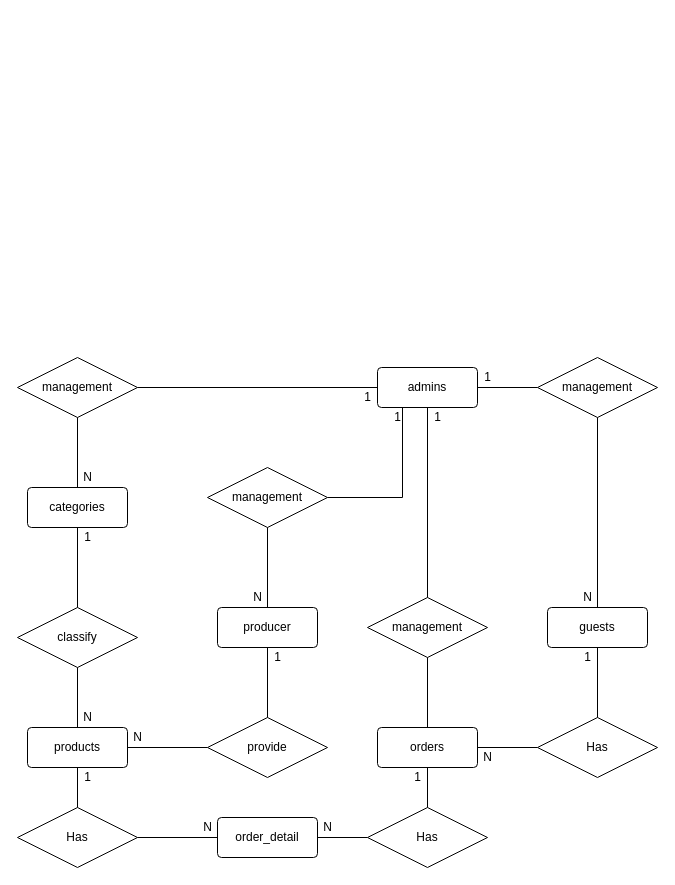
congthuan012/DeTai keeps this draw.io diagram as Entity.drawio. Above is the earlier version. Source tidied: cells renumbered, new cells numbered last; positions are measured from the earlier drawing's top-left corner, leaving out a move shared by most shapes. Both pictures are drawn from the tidied source at 100%, with x=0, y=0 at pixel (17, 357).
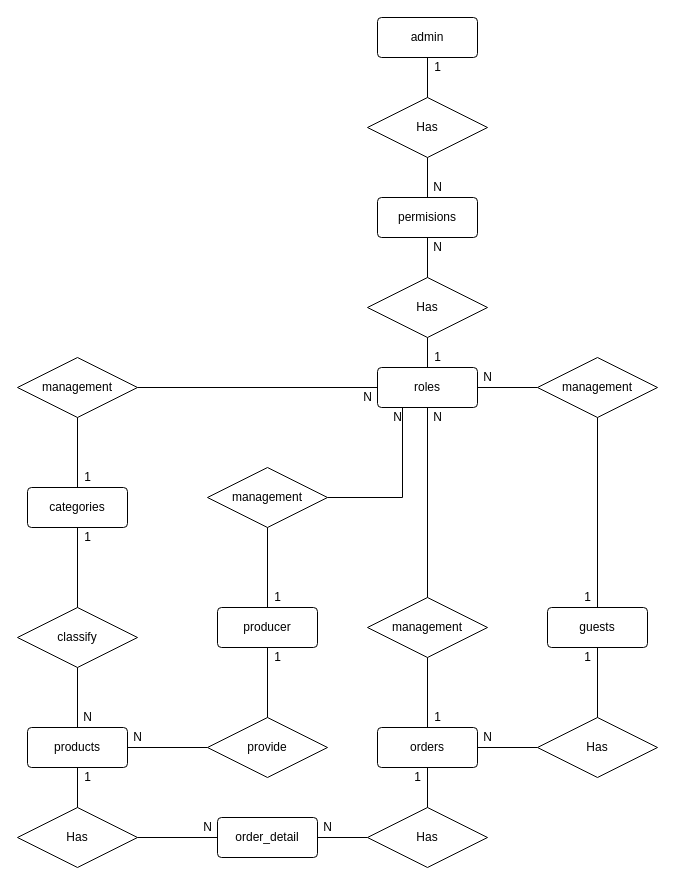
The same diagram, later.

What changed in the source:
```diff
@@
-<mxGraphModel>
+<mxGraphModel background="#ffffff">
@@
-    <mxCell id="5" value="admins" style="rounded=1;arcSize=10;whiteSpace=wrap;html=1;align=center;labelBorderColor=none;" parent="1" vertex="1">
+    <mxCell id="5" value="roles" style="rounded=1;arcSize=10;whiteSpace=wrap;html=1;align=center;labelBorderColor=none;" parent="1" vertex="1">
       <mxGeometry x="360" y="10" width="100" height="40" as="geometry" />
     </mxCell>
@@
     <mxCell id="9" value="N" style="text;html=1;align=center;verticalAlign=middle;strokeColor=none;fillColor=none;" parent="1" vertex="1">
-      <mxGeometry x="460" y="390" width="20" height="20" as="geometry" />
+      <mxGeometry x="460" y="10" width="20" height="20" as="geometry" />
     </mxCell>
     <mxCell id="10" value="1" style="text;html=1;align=center;verticalAlign=middle;strokeColor=none;fillColor=none;" parent="1" vertex="1">
-      <mxGeometry x="340" y="30" width="20" height="20" as="geometry" />
+      <mxGeometry x="60" y="110" width="20" height="20" as="geometry" />
     </mxCell>
@@
     <mxCell id="35" value="1" style="text;html=1;align=center;verticalAlign=middle;strokeColor=none;fillColor=none;" parent="1" vertex="1">
-      <mxGeometry x="410" y="50" width="20" height="20" as="geometry" />
+      <mxGeometry x="560" y="230" width="20" height="20" as="geometry" />
     </mxCell>
     <mxCell id="36" value="N" style="text;html=1;align=center;verticalAlign=middle;strokeColor=none;fillColor=none;" parent="1" vertex="1">
-      <mxGeometry x="60" y="110" width="20" height="20" as="geometry" />
+      <mxGeometry x="340" y="30" width="20" height="20" as="geometry" />
     </mxCell>
@@
     <mxCell id="45" value="1" style="text;html=1;align=center;verticalAlign=middle;strokeColor=none;fillColor=none;" parent="1" vertex="1">
-      <mxGeometry x="370" y="50" width="20" height="20" as="geometry" />
+      <mxGeometry x="250" y="230" width="20" height="20" as="geometry" />
     </mxCell>
     <mxCell id="46" value="N" style="text;html=1;align=center;verticalAlign=middle;strokeColor=none;fillColor=none;" parent="1" vertex="1">
-      <mxGeometry x="230" y="230" width="20" height="20" as="geometry" />
+      <mxGeometry x="370" y="50" width="20" height="20" as="geometry" />
     </mxCell>
@@
     <mxCell id="50" value="1" style="text;html=1;align=center;verticalAlign=middle;strokeColor=none;fillColor=none;" parent="1" vertex="1">
-      <mxGeometry x="460" y="10" width="20" height="20" as="geometry" />
+      <mxGeometry x="410" y="350" width="20" height="20" as="geometry" />
     </mxCell>
     <mxCell id="51" value="N" style="text;html=1;align=center;verticalAlign=middle;strokeColor=none;fillColor=none;" parent="1" vertex="1">
-      <mxGeometry x="560" y="230" width="20" height="20" as="geometry" />
+      <mxGeometry x="460" y="370" width="20" height="20" as="geometry" />
     </mxCell>
@@
+    <mxCell id="53" value="permisions" style="rounded=1;arcSize=10;whiteSpace=wrap;html=1;align=center;" parent="1" vertex="1">
+      <mxGeometry x="360" y="-160" width="100" height="40" as="geometry" />
+    </mxCell>
+    <mxCell id="54" value="admin" style="rounded=1;arcSize=10;whiteSpace=wrap;html=1;align=center;" parent="1" vertex="1">
+      <mxGeometry x="360" y="-340" width="100" height="40" as="geometry" />
+    </mxCell>
+    <mxCell id="55" value="Has" style="shape=rhombus;perimeter=rhombusPerimeter;whiteSpace=wrap;html=1;align=center;" parent="1" vertex="1">
+      <mxGeometry x="350" y="-260" width="120" height="60" as="geometry" />
+    </mxCell>
+    <mxCell id="56" value="Has" style="shape=rhombus;perimeter=rhombusPerimeter;whiteSpace=wrap;html=1;align=center;" parent="1" vertex="1">
+      <mxGeometry x="350" y="-80" width="120" height="60" as="geometry" />
+    </mxCell>
+    <mxCell id="57" style="endArrow=none;html=1;rounded=0;entryX=0.5;entryY=1;entryDx=0;entryDy=0;exitX=0.5;exitY=0;exitDx=0;exitDy=0;" parent="1" edge="1" source="55" target="54">
+      <mxGeometry relative="1" as="geometry" />
+    </mxCell>
+    <mxCell id="58" style="endArrow=none;html=1;rounded=0;entryX=0.5;entryY=1;entryDx=0;entryDy=0;exitX=0.5;exitY=0;exitDx=0;exitDy=0;" parent="1" edge="1" source="53" target="55">
+      <mxGeometry relative="1" as="geometry" />
+    </mxCell>
+    <mxCell id="59" style="endArrow=none;html=1;rounded=0;entryX=0.5;entryY=1;entryDx=0;entryDy=0;exitX=0.5;exitY=0;exitDx=0;exitDy=0;" parent="1" edge="1" source="56" target="53">
+      <mxGeometry relative="1" as="geometry" />
+    </mxCell>
+    <mxCell id="60" style="endArrow=none;html=1;rounded=0;entryX=0.5;entryY=0;entryDx=0;entryDy=0;exitX=0.5;exitY=1;exitDx=0;exitDy=0;" parent="1" edge="1" source="56" target="5">
+      <mxGeometry relative="1" as="geometry" />
+    </mxCell>
+    <mxCell id="61" value="1" style="text;html=1;align=center;verticalAlign=middle;strokeColor=none;fillColor=none;" parent="1" vertex="1">
+      <mxGeometry x="410" y="-300" width="20" height="20" as="geometry" />
+    </mxCell>
+    <mxCell id="62" value="1" style="text;html=1;align=center;verticalAlign=middle;strokeColor=none;fillColor=none;" parent="1" vertex="1">
+      <mxGeometry x="410" y="-10" width="20" height="20" as="geometry" />
+    </mxCell>
+    <mxCell id="63" value="N" style="text;html=1;align=center;verticalAlign=middle;strokeColor=none;fillColor=none;" parent="1" vertex="1">
+      <mxGeometry x="410" y="-120" width="20" height="20" as="geometry" />
+    </mxCell>
+    <mxCell id="64" value="N" style="text;html=1;align=center;verticalAlign=middle;strokeColor=none;fillColor=none;" parent="1" vertex="1">
+      <mxGeometry x="410" y="-180" width="20" height="20" as="geometry" />
+    </mxCell>
+    <mxCell id="65" value="N" style="text;html=1;align=center;verticalAlign=middle;strokeColor=none;fillColor=none;" parent="1" vertex="1">
+      <mxGeometry x="410" y="50" width="20" height="20" as="geometry" />
+    </mxCell>
```
